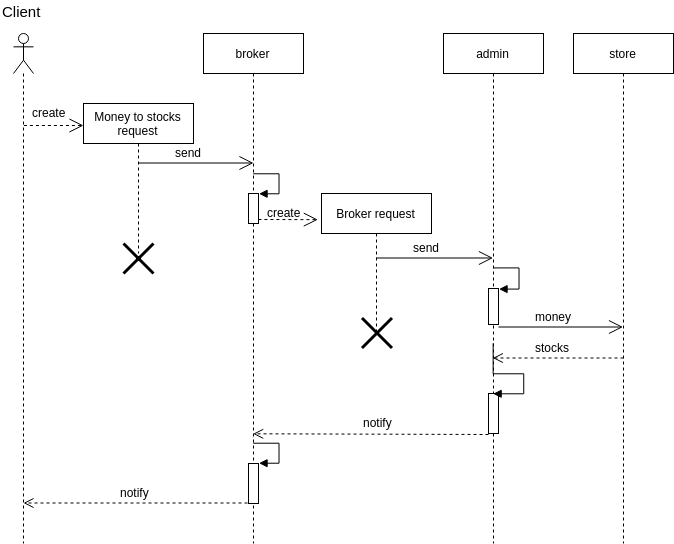
The draw.io diagram diagrams/M2S.png in MikhailMe/exchange-trading, before a commit. Source tidied: cells renumbered, new cells last; positions are measured from the earlier drawing's top-left corner, leaving out a move shared by most shapes.
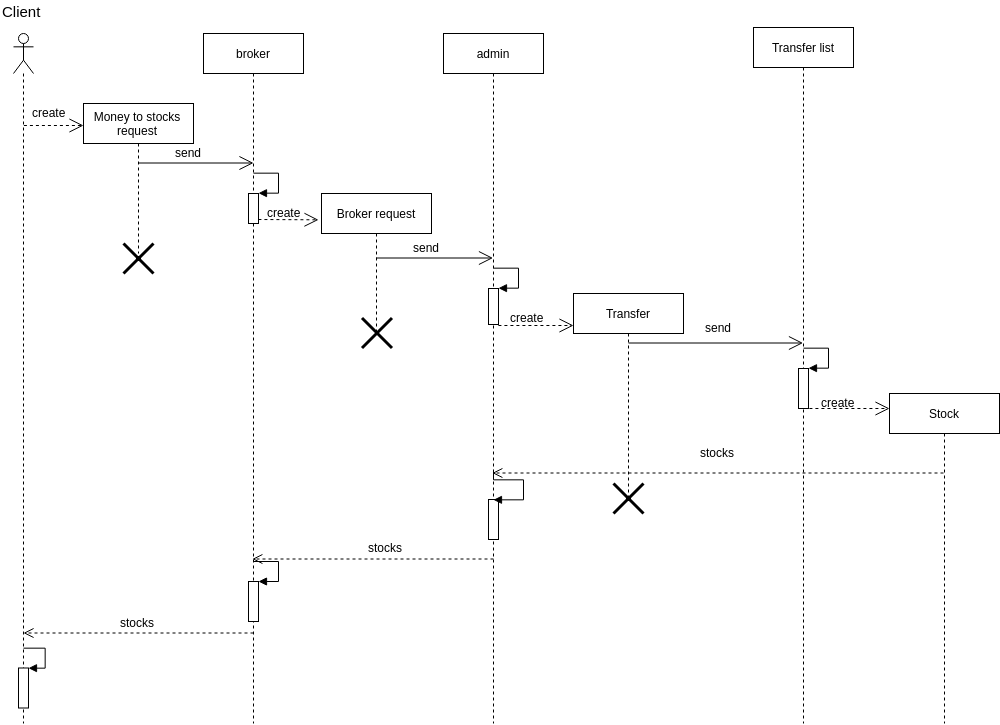
The same file after the commit.

Diff of the diagram source:
```diff
@@ -3,7 +3,7 @@
     <mxCell id="0" />
     <mxCell id="1" parent="0" />
     <mxCell id="2" style="shape=umlLifeline;participant=umlActor;perimeter=lifelinePerimeter;whiteSpace=wrap;html=1;verticalAlign=top;spacingTop=36;labelBackgroundColor=#ffffff;" parent="1" vertex="1">
-      <mxGeometry x="13" y="33" width="20" height="510" as="geometry" />
+      <mxGeometry x="13" y="33" width="20" height="690" as="geometry" />
     </mxCell>
     <mxCell id="3" value="Money to stocks request" style="shape=umlLifeline;perimeter=lifelinePerimeter;whiteSpace=wrap;html=1;" parent="1" vertex="1">
       <mxGeometry x="83" y="103" width="110" height="150" as="geometry" />
@@ -11,9 +11,6 @@
     <mxCell id="4" value="&lt;font style=&quot;font-size: 15px&quot;&gt;Client&lt;/font&gt;" style="text;html=1;align=left;verticalAlign=top;spacingTop=-4;" parent="1" vertex="1">
       <mxGeometry width="50" height="20" as="geometry" />
     </mxCell>
-    <mxCell id="5" value="store" style="shape=umlLifeline;perimeter=lifelinePerimeter;whiteSpace=wrap;html=1;outlineConnect=0;" parent="1" vertex="1">
-      <mxGeometry x="573" y="33" width="100" height="510" as="geometry" />
-    </mxCell>
     <mxCell id="6" style="endArrow=open;endSize=12;dashed=1;html=1;" parent="1" edge="1">
       <mxGeometry relative="1" as="geometry">
         <mxPoint x="23.4" y="125" as="sourcePoint" />
@@ -24,10 +21,10 @@
       <mxGeometry x="30" y="103" width="50" height="30" as="geometry" />
     </mxCell>
     <mxCell id="8" value="broker" style="shape=umlLifeline;perimeter=lifelinePerimeter;whiteSpace=wrap;html=1;outlineConnect=0;" parent="1" vertex="1">
-      <mxGeometry x="203" y="33" width="100" height="510" as="geometry" />
+      <mxGeometry x="203" y="33" width="100" height="690" as="geometry" />
     </mxCell>
     <mxCell id="9" value="admin" style="shape=umlLifeline;perimeter=lifelinePerimeter;whiteSpace=wrap;html=1;outlineConnect=0;" parent="1" vertex="1">
-      <mxGeometry x="443" y="33" width="100" height="510" as="geometry" />
+      <mxGeometry x="443" y="33" width="100" height="690" as="geometry" />
     </mxCell>
     <mxCell id="10" value="send" style="text;html=1;align=left;verticalAlign=top;spacingTop=-4;" parent="1" vertex="1">
       <mxGeometry x="173" y="143" width="40" height="20" as="geometry" />
@@ -85,60 +82,117 @@
         </Array>
       </mxGeometry>
     </mxCell>
-    <mxCell id="23" value="money" style="text;html=1;align=left;verticalAlign=top;spacingTop=-4;" parent="1" vertex="1">
-      <mxGeometry x="533" y="307.5" width="50" height="20" as="geometry" />
-    </mxCell>
-    <mxCell id="24" style="endArrow=open;endFill=1;endSize=12;html=1;" parent="1" edge="1" target="5">
-      <mxGeometry relative="1" as="geometry">
-        <mxPoint x="498" y="326.5" as="sourcePoint" />
-      </mxGeometry>
-    </mxCell>
-    <mxCell id="25" style="html=1;verticalAlign=bottom;endArrow=open;dashed=1;endSize=8;" parent="1" edge="1" target="9">
-      <mxGeometry relative="1" as="geometry">
-        <mxPoint x="623" y="357.5" as="sourcePoint" />
-      </mxGeometry>
-    </mxCell>
-    <mxCell id="26" value="stocks" style="text;html=1;align=left;verticalAlign=top;spacingTop=-4;" parent="1" vertex="1">
-      <mxGeometry x="533" y="338" width="50" height="20" as="geometry" />
-    </mxCell>
-    <mxCell id="27" style="html=1;verticalAlign=bottom;endArrow=open;dashed=1;endSize=8;entryX=0.5;entryY=0.786;entryDx=0;entryDy=0;entryPerimeter=0;" parent="1" edge="1" target="8">
-      <mxGeometry relative="1" as="geometry">
-        <mxPoint x="488" y="434" as="sourcePoint" />
-      </mxGeometry>
-    </mxCell>
-    <mxCell id="28" value="notify&amp;nbsp;" style="text;html=1;align=left;verticalAlign=top;spacingTop=-4;" parent="1" vertex="1">
-      <mxGeometry x="360.5" y="413" width="50" height="20" as="geometry" />
-    </mxCell>
     <mxCell id="29" style="html=1;verticalAlign=bottom;endArrow=open;dashed=1;endSize=8;" parent="1" edge="1">
       <mxGeometry relative="1" as="geometry">
-        <mxPoint x="253" y="502.5" as="sourcePoint" />
-        <mxPoint x="23" y="502.5" as="targetPoint" />
+        <mxPoint x="253" y="632.5" as="sourcePoint" />
+        <mxPoint x="23" y="632.5" as="targetPoint" />
       </mxGeometry>
     </mxCell>
-    <mxCell id="30" value="notify&lt;br&gt;" style="text;html=1;align=left;verticalAlign=top;spacingTop=-4;" parent="1" vertex="1">
-      <mxGeometry x="118" y="483" width="40" height="20" as="geometry" />
+    <mxCell id="30" value="stocks&lt;br&gt;" style="text;html=1;align=left;verticalAlign=top;spacingTop=-4;" parent="1" vertex="1">
+      <mxGeometry x="118" y="613" width="50" height="20" as="geometry" />
     </mxCell>
     <mxCell id="31" style="html=1;points=[];perimeter=orthogonalPerimeter;" parent="1" vertex="1">
-      <mxGeometry x="488" y="393" width="10" height="40" as="geometry" />
+      <mxGeometry x="488" y="499" width="10" height="40" as="geometry" />
     </mxCell>
-    <mxCell id="32" style="edgeStyle=orthogonalEdgeStyle;html=1;align=left;spacingLeft=2;endArrow=block;rounded=0;entryX=0.5;entryY=-0.001;entryDx=0;entryDy=0;entryPerimeter=0;exitX=0.5;exitY=0.607;exitDx=0;exitDy=0;exitPerimeter=0;" parent="1" edge="1" source="9" target="31">
+    <mxCell id="32" style="edgeStyle=orthogonalEdgeStyle;html=1;align=left;spacingLeft=2;endArrow=block;rounded=0;entryX=0.5;entryY=-0.001;entryDx=0;entryDy=0;entryPerimeter=0;" parent="1" edge="1" target="31">
       <mxGeometry relative="1" as="geometry">
+        <mxPoint x="493" y="469" as="sourcePoint" />
         <Array as="points">
-          <mxPoint x="523" y="373" />
-          <mxPoint x="523" y="393" />
+          <mxPoint x="523" y="479" />
+          <mxPoint x="523" y="499" />
         </Array>
       </mxGeometry>
     </mxCell>
     <mxCell id="33" style="html=1;points=[];perimeter=orthogonalPerimeter;" parent="1" vertex="1">
-      <mxGeometry x="248" y="463" width="10" height="40" as="geometry" />
+      <mxGeometry x="248" y="581" width="10" height="40" as="geometry" />
     </mxCell>
     <mxCell id="34" style="edgeStyle=orthogonalEdgeStyle;html=1;align=left;spacingLeft=2;endArrow=block;rounded=0;entryX=1;entryY=0;" parent="1" edge="1" target="33">
       <mxGeometry relative="1" as="geometry">
-        <mxPoint x="253" y="443" as="sourcePoint" />
+        <mxPoint x="253" y="561" as="sourcePoint" />
         <Array as="points">
-          <mxPoint x="278" y="443" />
+          <mxPoint x="278" y="561" />
         </Array>
       </mxGeometry>
     </mxCell>
+    <mxCell id="35" style="endArrow=open;endSize=12;dashed=1;html=1;" parent="1" edge="1">
+      <mxGeometry relative="1" as="geometry">
+        <mxPoint x="497.9" y="325" as="sourcePoint" />
+        <mxPoint x="573" y="325" as="targetPoint" />
+      </mxGeometry>
+    </mxCell>
+    <mxCell id="36" value="create&lt;br&gt;&lt;br&gt;" style="text;html=1;align=left;verticalAlign=top;spacingTop=-4;" parent="1" vertex="1">
+      <mxGeometry x="508" y="308" width="50" height="30" as="geometry" />
+    </mxCell>
+    <mxCell id="37" value="Transfer" style="shape=umlLifeline;perimeter=lifelinePerimeter;whiteSpace=wrap;html=1;" parent="1" vertex="1">
+      <mxGeometry x="573" y="293" width="110" height="205" as="geometry" />
+    </mxCell>
+    <mxCell id="38" style="shape=umlDestroy;whiteSpace=wrap;html=1;strokeWidth=3;" parent="37" vertex="1">
+      <mxGeometry x="40" y="190" width="30" height="30" as="geometry" />
+    </mxCell>
+    <mxCell id="39" style="html=1;points=[];perimeter=orthogonalPerimeter;" parent="1" vertex="1">
+      <mxGeometry x="18" y="667.5" width="10" height="40" as="geometry" />
+    </mxCell>
+    <mxCell id="40" style="edgeStyle=orthogonalEdgeStyle;html=1;align=left;spacingLeft=2;endArrow=block;rounded=0;entryX=1;entryY=0;" parent="1" edge="1" target="39">
+      <mxGeometry relative="1" as="geometry">
+        <mxPoint x="22.8" y="647.3" as="sourcePoint" />
+        <Array as="points">
+          <mxPoint x="45" y="647" />
+          <mxPoint x="45" y="667" />
+        </Array>
+      </mxGeometry>
+    </mxCell>
+    <mxCell id="41" value="Transfer list" style="shape=umlLifeline;perimeter=lifelinePerimeter;whiteSpace=wrap;html=1;outlineConnect=0;" parent="1" vertex="1">
+      <mxGeometry x="753" y="27" width="100" height="696" as="geometry" />
+    </mxCell>
+    <mxCell id="42" style="endArrow=open;endFill=1;endSize=12;html=1;" parent="1" edge="1" target="41">
+      <mxGeometry relative="1" as="geometry">
+        <mxPoint x="628" y="342.5" as="sourcePoint" />
+      </mxGeometry>
+    </mxCell>
+    <mxCell id="43" value="send" style="text;html=1;align=left;verticalAlign=top;spacingTop=-4;" parent="1" vertex="1">
+      <mxGeometry x="703" y="318" width="40" height="20" as="geometry" />
+    </mxCell>
+    <mxCell id="44" style="endArrow=open;endSize=12;dashed=1;html=1;entryX=0;entryY=0.083;entryDx=0;entryDy=0;entryPerimeter=0;" parent="1" edge="1">
+      <mxGeometry relative="1" as="geometry">
+        <mxPoint x="808.9" y="408" as="sourcePoint" />
+        <mxPoint x="889" y="408" as="targetPoint" />
+      </mxGeometry>
+    </mxCell>
+    <mxCell id="45" value="create&lt;br&gt;&lt;br&gt;" style="text;html=1;align=left;verticalAlign=top;spacingTop=-4;" parent="1" vertex="1">
+      <mxGeometry x="819" y="393" width="50" height="30" as="geometry" />
+    </mxCell>
+    <mxCell id="46" value="create&lt;br&gt;&lt;br&gt;" style="text;html=1;align=left;verticalAlign=top;spacingTop=-4;" parent="1" vertex="1">
+      <mxGeometry x="943" y="410" width="50" height="30" as="geometry" />
+    </mxCell>
+    <mxCell id="47" value="Stock" style="shape=umlLifeline;perimeter=lifelinePerimeter;whiteSpace=wrap;html=1;" parent="1" vertex="1">
+      <mxGeometry x="889" y="393" width="110" height="330" as="geometry" />
+    </mxCell>
+    <mxCell id="48" style="html=1;points=[];perimeter=orthogonalPerimeter;" parent="1" vertex="1">
+      <mxGeometry x="798" y="368" width="10" height="40" as="geometry" />
+    </mxCell>
+    <mxCell id="49" style="edgeStyle=orthogonalEdgeStyle;html=1;align=left;spacingLeft=2;endArrow=block;rounded=0;entryX=1;entryY=0;" parent="1" edge="1" target="48">
+      <mxGeometry relative="1" as="geometry">
+        <mxPoint x="803" y="348" as="sourcePoint" />
+        <Array as="points">
+          <mxPoint x="828" y="348" />
+        </Array>
+      </mxGeometry>
+    </mxCell>
+    <mxCell id="50" style="html=1;verticalAlign=bottom;endArrow=open;dashed=1;endSize=8;" parent="1" edge="1" target="9">
+      <mxGeometry relative="1" as="geometry">
+        <mxPoint x="943" y="472.5" as="sourcePoint" />
+      </mxGeometry>
+    </mxCell>
+    <mxCell id="51" value="stocks" style="text;html=1;align=left;verticalAlign=top;spacingTop=-4;" parent="1" vertex="1">
+      <mxGeometry x="698" y="443" width="50" height="20" as="geometry" />
+    </mxCell>
+    <mxCell id="52" style="html=1;verticalAlign=bottom;endArrow=open;dashed=1;endSize=8;" parent="1" edge="1" target="8">
+      <mxGeometry relative="1" as="geometry">
+        <mxPoint x="493" y="558.5" as="sourcePoint" />
+      </mxGeometry>
+    </mxCell>
+    <mxCell id="53" value="stocks" style="text;html=1;align=left;verticalAlign=top;spacingTop=-4;" parent="1" vertex="1">
+      <mxGeometry x="365.5" y="537.5" width="50" height="20" as="geometry" />
+    </mxCell>
   </root>
 </mxGraphModel>
```
